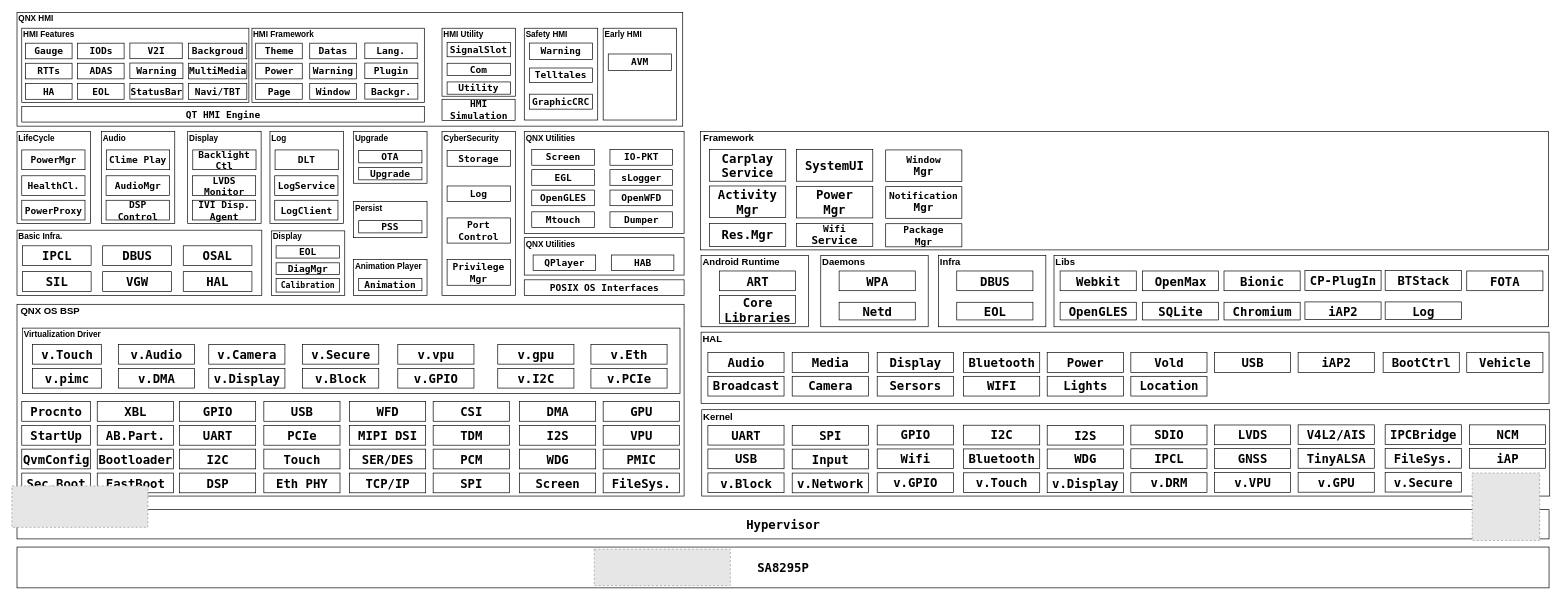
Above: AndroidAndQNX_8295.drawio in qxcjust/allkindsofArchitecture (draw.io), before the change. Source tidied: cells renumbered, new cells numbered last; positions are measured from the earlier drawing's top-left corner, leaving out a move shared by most shapes. Both pictures are drawn from the tidied source at 68%, with x=0, y=0 at pixel (12, 12). Pictures stored in the file or linked from it are replaced by grey dashed boxes.
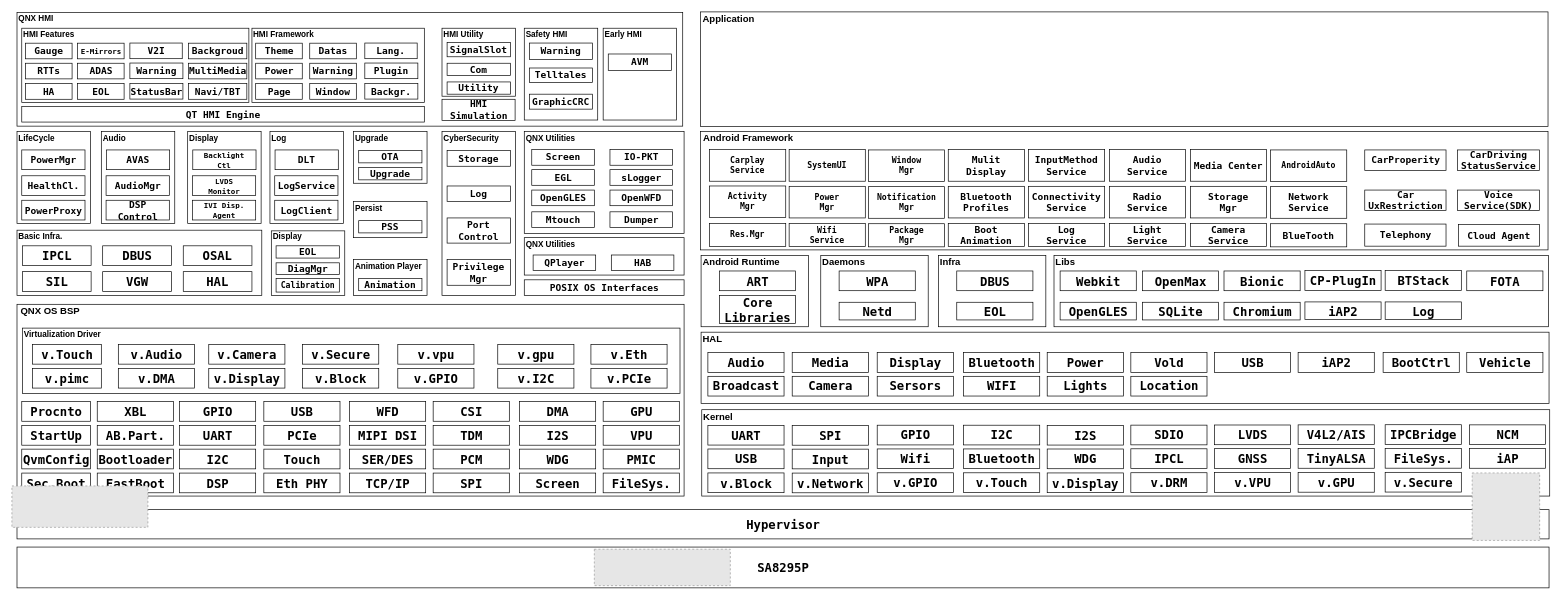
After the change.

What changed in the source:
```diff
@@
-    <mxCell id="73" value="&lt;font face=&quot;Lucida Console&quot; style=&quot;font-size: 14px;&quot;&gt;Clime Play&lt;/font&gt;" style="rounded=0;whiteSpace=wrap;html=1;fontStyle=1;align=center;" parent="1" vertex="1">
+    <mxCell id="73" value="&lt;font face=&quot;Lucida Console&quot; style=&quot;font-size: 14px;&quot;&gt;AVAS&lt;/font&gt;" style="rounded=0;whiteSpace=wrap;html=1;fontStyle=1;align=center;" parent="1" vertex="1">
       <mxGeometry x="139" y="203" width="93" height="29" as="geometry" />
     </mxCell>
@@
-    <mxCell id="76" value="&lt;font face=&quot;Lucida Console&quot; style=&quot;font-size: 14px;&quot;&gt;LVDS&lt;/font&gt;&lt;div&gt;&lt;font face=&quot;Lucida Console&quot; style=&quot;font-size: 14px;&quot;&gt;Monitor&lt;/font&gt;&lt;/div&gt;" style="rounded=0;whiteSpace=wrap;html=1;fontStyle=1;align=center;" parent="1" vertex="1">
+    <mxCell id="76" value="&lt;font face=&quot;Lucida Console&quot; style=&quot;font-size: 11px;&quot;&gt;LVDS&lt;/font&gt;&lt;div&gt;&lt;font face=&quot;Lucida Console&quot; style=&quot;font-size: 11px;&quot;&gt;Monitor&lt;/font&gt;&lt;/div&gt;" style="rounded=0;whiteSpace=wrap;html=1;fontStyle=1;align=center;" parent="1" vertex="1">
       <mxGeometry x="265.5" y="241" width="93" height="29" as="geometry" />
     </mxCell>
-    <mxCell id="77" value="&lt;font face=&quot;Lucida Console&quot;&gt;&lt;span style=&quot;font-size: 14px;&quot;&gt;IVI Disp.&lt;/span&gt;&lt;/font&gt;&lt;div&gt;&lt;font face=&quot;Lucida Console&quot;&gt;&lt;span style=&quot;font-size: 14px;&quot;&gt;Agent&lt;/span&gt;&lt;/font&gt;&lt;/div&gt;" style="rounded=0;whiteSpace=wrap;html=1;fontStyle=1;align=center;" parent="1" vertex="1">
+    <mxCell id="77" value="&lt;font face=&quot;Lucida Console&quot; style=&quot;font-size: 11px;&quot;&gt;IVI Disp.&lt;/font&gt;&lt;div&gt;&lt;font face=&quot;Lucida Console&quot; style=&quot;font-size: 11px;&quot;&gt;Agent&lt;/font&gt;&lt;/div&gt;" style="rounded=0;whiteSpace=wrap;html=1;fontStyle=1;align=center;" parent="1" vertex="1">
       <mxGeometry x="265.5" y="277" width="93" height="29" as="geometry" />
     </mxCell>
-    <mxCell id="78" value="&lt;font face=&quot;Lucida Console&quot; style=&quot;font-size: 14px;&quot;&gt;Backlight&lt;/font&gt;&lt;div&gt;&lt;font face=&quot;Lucida Console&quot; style=&quot;font-size: 14px;&quot;&gt;Ctl&lt;/font&gt;&lt;/div&gt;" style="rounded=0;whiteSpace=wrap;html=1;fontStyle=1;align=center;" parent="1" vertex="1">
+    <mxCell id="78" value="&lt;font face=&quot;Lucida Console&quot; style=&quot;font-size: 11px;&quot;&gt;Backlight&lt;/font&gt;&lt;div&gt;&lt;font face=&quot;Lucida Console&quot; style=&quot;font-size: 11px;&quot;&gt;Ctl&lt;/font&gt;&lt;/div&gt;" style="rounded=0;whiteSpace=wrap;html=1;fontStyle=1;align=center;" parent="1" vertex="1">
       <mxGeometry x="266" y="203" width="93" height="29" as="geometry" />
     </mxCell>
@@
-    <mxCell id="127" value="&lt;font face=&quot;Lucida Console&quot;&gt;&lt;span style=&quot;font-size: 14px;&quot;&gt;IODs&lt;/span&gt;&lt;/font&gt;" style="rounded=0;whiteSpace=wrap;html=1;fontStyle=1;align=center;" parent="1" vertex="1">
+    <mxCell id="127" value="&lt;font face=&quot;Lucida Console&quot; style=&quot;font-size: 11px;&quot;&gt;E-Mirrors&lt;/font&gt;" style="rounded=0;whiteSpace=wrap;html=1;fontStyle=1;align=center;" parent="1" vertex="1">
       <mxGeometry x="96.5" y="46" width="68.5" height="23" as="geometry" />
     </mxCell>
@@
     <mxCell id="237" style="rounded=0;whiteSpace=wrap;html=1;fontStyle=1;align=center;" parent="1" vertex="1">
-      <mxGeometry x="1012.5" y="176" width="1247" height="174" as="geometry" />
+      <mxGeometry x="1012.5" y="176" width="1246.5" height="174" as="geometry" />
     </mxCell>
-    <mxCell id="238" value="&lt;font style=&quot;font-size: 14px;&quot;&gt;Framework&lt;/font&gt;" style="text;html=1;whiteSpace=wrap;strokeColor=none;fillColor=none;align=left;verticalAlign=middle;rounded=0;fontStyle=1;" parent="1" vertex="1">
-      <mxGeometry x="1014.5" y="176" width="121" height="19" as="geometry" />
+    <mxCell id="238" value="&lt;font style=&quot;font-size: 14px;&quot;&gt;Android Framework&lt;/font&gt;" style="text;html=1;whiteSpace=wrap;strokeColor=none;fillColor=none;align=left;verticalAlign=middle;rounded=0;fontStyle=1;" parent="1" vertex="1">
+      <mxGeometry x="1014.5" y="176" width="238.5" height="19" as="geometry" />
     </mxCell>
-    <mxCell id="239" value="&lt;font face=&quot;Lucida Console&quot;&gt;&lt;span style=&quot;font-size: 18px;&quot;&gt;Carplay&lt;/span&gt;&lt;/font&gt;&lt;div&gt;&lt;font face=&quot;Lucida Console&quot;&gt;&lt;span style=&quot;font-size: 18px;&quot;&gt;Service&lt;/span&gt;&lt;/font&gt;&lt;/div&gt;" style="rounded=0;whiteSpace=wrap;html=1;fontStyle=1;align=center;" parent="1" vertex="1">
+    <mxCell id="239" value="&lt;font face=&quot;Lucida Console&quot; style=&quot;font-size: 12px;&quot;&gt;Carplay&lt;/font&gt;&lt;div&gt;&lt;font face=&quot;Lucida Console&quot; style=&quot;font-size: 12px;&quot;&gt;Service&lt;/font&gt;&lt;/div&gt;" style="rounded=0;whiteSpace=wrap;html=1;fontStyle=1;align=center;" parent="1" vertex="1">
       <mxGeometry x="1026" y="202.5" width="112" height="46.5" as="geometry" />
     </mxCell>
-    <mxCell id="240" value="&lt;font face=&quot;Lucida Console&quot;&gt;&lt;span style=&quot;font-size: 18px;&quot;&gt;SystemUI&lt;/span&gt;&lt;/font&gt;" style="rounded=0;whiteSpace=wrap;html=1;fontStyle=1;align=center;" parent="1" vertex="1">
-      <mxGeometry x="1154" y="202.5" width="112" height="46.5" as="geometry" />
+    <mxCell id="240" value="&lt;font face=&quot;Lucida Console&quot; style=&quot;font-size: 12px;&quot;&gt;SystemUI&lt;/font&gt;" style="rounded=0;whiteSpace=wrap;html=1;fontStyle=1;align=center;" parent="1" vertex="1">
+      <mxGeometry x="1143" y="202.5" width="112" height="46.5" as="geometry" />
     </mxCell>
-    <mxCell id="241" value="&lt;font face=&quot;Lucida Console&quot;&gt;&lt;span style=&quot;font-size: 18px;&quot;&gt;Activity&lt;/span&gt;&lt;/font&gt;&lt;div&gt;&lt;font face=&quot;Lucida Console&quot;&gt;&lt;span style=&quot;font-size: 18px;&quot;&gt;Mgr&lt;/span&gt;&lt;/font&gt;&lt;/div&gt;" style="rounded=0;whiteSpace=wrap;html=1;fontStyle=1;align=center;" parent="1" vertex="1">
+    <mxCell id="241" value="&lt;font face=&quot;Lucida Console&quot; style=&quot;font-size: 12px;&quot;&gt;Activity&lt;/font&gt;&lt;div&gt;&lt;font face=&quot;Lucida Console&quot; style=&quot;font-size: 12px;&quot;&gt;Mgr&lt;/font&gt;&lt;/div&gt;" style="rounded=0;whiteSpace=wrap;html=1;fontStyle=1;align=center;" parent="1" vertex="1">
       <mxGeometry x="1026" y="256" width="112" height="46.5" as="geometry" />
     </mxCell>
-    <mxCell id="242" value="&lt;font face=&quot;Lucida Console&quot;&gt;&lt;span style=&quot;font-size: 18px;&quot;&gt;Res.Mgr&lt;/span&gt;&lt;/font&gt;" style="rounded=0;whiteSpace=wrap;html=1;fontStyle=1;align=center;" parent="1" vertex="1">
+    <mxCell id="242" value="&lt;font face=&quot;Lucida Console&quot; style=&quot;font-size: 12px;&quot;&gt;Res.Mgr&lt;/font&gt;" style="rounded=0;whiteSpace=wrap;html=1;fontStyle=1;align=center;" parent="1" vertex="1">
       <mxGeometry x="1026" y="311" width="112" height="34" as="geometry" />
     </mxCell>
-    <mxCell id="243" value="&lt;font face=&quot;Lucida Console&quot;&gt;&lt;span style=&quot;font-size: 18px;&quot;&gt;Power&lt;/span&gt;&lt;/font&gt;&lt;div&gt;&lt;font face=&quot;Lucida Console&quot;&gt;&lt;span style=&quot;font-size: 18px;&quot;&gt;Mgr&lt;/span&gt;&lt;/font&gt;&lt;/div&gt;" style="rounded=0;whiteSpace=wrap;html=1;fontStyle=1;align=center;" parent="1" vertex="1">
-      <mxGeometry x="1154" y="256.5" width="112" height="46.5" as="geometry" />
+    <mxCell id="243" value="&lt;font face=&quot;Lucida Console&quot; style=&quot;font-size: 12px;&quot;&gt;Power&lt;/font&gt;&lt;div&gt;&lt;font face=&quot;Lucida Console&quot; style=&quot;font-size: 12px;&quot;&gt;Mgr&lt;/font&gt;&lt;/div&gt;" style="rounded=0;whiteSpace=wrap;html=1;fontStyle=1;align=center;" parent="1" vertex="1">
+      <mxGeometry x="1143" y="256.5" width="112" height="46.5" as="geometry" />
     </mxCell>
-    <mxCell id="244" value="&lt;font face=&quot;Lucida Console&quot; style=&quot;font-size: 14px;&quot;&gt;Wifi&lt;/font&gt;&lt;div&gt;&lt;font face=&quot;Lucida Console&quot; style=&quot;&quot; size=&quot;3&quot;&gt;Service&lt;/font&gt;&lt;/div&gt;" style="rounded=0;whiteSpace=wrap;html=1;fontStyle=1;align=center;" parent="1" vertex="1">
-      <mxGeometry x="1154" y="311" width="112" height="34" as="geometry" />
+    <mxCell id="244" value="&lt;font face=&quot;Lucida Console&quot; style=&quot;font-size: 12px;&quot;&gt;Wifi&lt;/font&gt;&lt;div&gt;&lt;font face=&quot;Lucida Console&quot; style=&quot;font-size: 12px;&quot;&gt;Service&lt;/font&gt;&lt;/div&gt;" style="rounded=0;whiteSpace=wrap;html=1;fontStyle=1;align=center;" parent="1" vertex="1">
+      <mxGeometry x="1143" y="311" width="112" height="34" as="geometry" />
     </mxCell>
-    <mxCell id="245" value="&lt;font face=&quot;Lucida Console&quot; style=&quot;font-size: 14px;&quot;&gt;Window&lt;/font&gt;&lt;div&gt;&lt;font face=&quot;Lucida Console&quot; size=&quot;3&quot;&gt;Mgr&lt;/font&gt;&lt;/div&gt;" style="rounded=0;whiteSpace=wrap;html=1;fontStyle=1;align=center;" parent="1" vertex="1">
-      <mxGeometry x="1285" y="203" width="112" height="46.5" as="geometry" />
+    <mxCell id="245" value="&lt;font face=&quot;Lucida Console&quot; style=&quot;font-size: 12px;&quot;&gt;Window&lt;/font&gt;&lt;div&gt;&lt;font face=&quot;Lucida Console&quot; style=&quot;font-size: 12px;&quot;&gt;Mgr&lt;/font&gt;&lt;/div&gt;" style="rounded=0;whiteSpace=wrap;html=1;fontStyle=1;align=center;" parent="1" vertex="1">
+      <mxGeometry x="1259.5" y="203" width="112" height="46.5" as="geometry" />
     </mxCell>
-    <mxCell id="246" value="&lt;font face=&quot;Lucida Console&quot; style=&quot;font-size: 14px;&quot;&gt;Notification&lt;/font&gt;&lt;div&gt;&lt;font face=&quot;Lucida Console&quot; style=&quot;&quot; size=&quot;3&quot;&gt;Mgr&lt;/font&gt;&lt;/div&gt;" style="rounded=0;whiteSpace=wrap;html=1;fontStyle=1;align=center;" parent="1" vertex="1">
-      <mxGeometry x="1285" y="257" width="112" height="46.5" as="geometry" />
+    <mxCell id="246" value="&lt;font face=&quot;Lucida Console&quot; style=&quot;font-size: 12px;&quot;&gt;Notification&lt;/font&gt;&lt;div&gt;&lt;font face=&quot;Lucida Console&quot; style=&quot;font-size: 12px;&quot;&gt;Mgr&lt;/font&gt;&lt;/div&gt;" style="rounded=0;whiteSpace=wrap;html=1;fontStyle=1;align=center;" parent="1" vertex="1">
+      <mxGeometry x="1259.5" y="257" width="112" height="46.5" as="geometry" />
     </mxCell>
-    <mxCell id="247" value="&lt;font face=&quot;Lucida Console&quot;&gt;&lt;span style=&quot;font-size: 14px;&quot;&gt;Package&lt;/span&gt;&lt;/font&gt;&lt;div&gt;&lt;font face=&quot;Lucida Console&quot;&gt;&lt;span style=&quot;font-size: 14px;&quot;&gt;Mgr&lt;/span&gt;&lt;/font&gt;&lt;/div&gt;" style="rounded=0;whiteSpace=wrap;html=1;fontStyle=1;align=center;" parent="1" vertex="1">
-      <mxGeometry x="1285" y="311.5" width="112" height="34" as="geometry" />
+    <mxCell id="247" value="&lt;font face=&quot;Lucida Console&quot; style=&quot;font-size: 12px;&quot;&gt;Package&lt;/font&gt;&lt;div&gt;&lt;font face=&quot;Lucida Console&quot; style=&quot;font-size: 12px;&quot;&gt;Mgr&lt;/font&gt;&lt;/div&gt;" style="rounded=0;whiteSpace=wrap;html=1;fontStyle=1;align=center;" parent="1" vertex="1">
+      <mxGeometry x="1259.5" y="311.5" width="112" height="34" as="geometry" />
     </mxCell>
+    <mxCell id="248" value="&lt;font face=&quot;Lucida Console&quot;&gt;&lt;span style=&quot;font-size: 14px;&quot;&gt;Mulit&lt;/span&gt;&lt;/font&gt;&lt;div&gt;&lt;font face=&quot;Lucida Console&quot;&gt;&lt;span style=&quot;font-size: 14px;&quot;&gt;Display&lt;/span&gt;&lt;/font&gt;&lt;/div&gt;" style="rounded=0;whiteSpace=wrap;html=1;fontStyle=1;align=center;" parent="1" vertex="1">
+      <mxGeometry x="1377" y="202.5" width="112" height="46.5" as="geometry" />
+    </mxCell>
+    <mxCell id="249" value="&lt;font face=&quot;Lucida Console&quot;&gt;&lt;span style=&quot;font-size: 14px;&quot;&gt;Bluetooth&lt;/span&gt;&lt;/font&gt;&lt;div&gt;&lt;font face=&quot;Lucida Console&quot;&gt;&lt;span style=&quot;font-size: 14px;&quot;&gt;Profiles&lt;/span&gt;&lt;/font&gt;&lt;/div&gt;" style="rounded=0;whiteSpace=wrap;html=1;fontStyle=1;align=center;" parent="1" vertex="1">
+      <mxGeometry x="1377" y="256.5" width="112" height="46.5" as="geometry" />
+    </mxCell>
+    <mxCell id="250" value="&lt;font face=&quot;Lucida Console&quot;&gt;&lt;span style=&quot;font-size: 14px;&quot;&gt;Boot&lt;/span&gt;&lt;/font&gt;&lt;div&gt;&lt;font face=&quot;Lucida Console&quot;&gt;&lt;span style=&quot;font-size: 14px;&quot;&gt;Animation&lt;/span&gt;&lt;/font&gt;&lt;/div&gt;" style="rounded=0;whiteSpace=wrap;html=1;fontStyle=1;align=center;" parent="1" vertex="1">
+      <mxGeometry x="1377" y="311" width="112" height="34" as="geometry" />
+    </mxCell>
+    <mxCell id="251" value="&lt;font face=&quot;Lucida Console&quot;&gt;&lt;span style=&quot;font-size: 14px;&quot;&gt;InputMethod&lt;/span&gt;&lt;/font&gt;&lt;div&gt;&lt;font face=&quot;Lucida Console&quot;&gt;&lt;span style=&quot;font-size: 14px;&quot;&gt;Service&lt;/span&gt;&lt;/font&gt;&lt;/div&gt;" style="rounded=0;whiteSpace=wrap;html=1;fontStyle=1;align=center;" parent="1" vertex="1">
+      <mxGeometry x="1495" y="202.5" width="112" height="46.5" as="geometry" />
+    </mxCell>
+    <mxCell id="252" value="&lt;font face=&quot;Lucida Console&quot;&gt;&lt;span style=&quot;font-size: 14px;&quot;&gt;Connectivity&lt;/span&gt;&lt;/font&gt;&lt;div&gt;&lt;font face=&quot;Lucida Console&quot;&gt;&lt;span style=&quot;font-size: 14px;&quot;&gt;Service&lt;/span&gt;&lt;/font&gt;&lt;/div&gt;" style="rounded=0;whiteSpace=wrap;html=1;fontStyle=1;align=center;" parent="1" vertex="1">
+      <mxGeometry x="1495" y="256.5" width="112" height="46.5" as="geometry" />
+    </mxCell>
+    <mxCell id="253" value="&lt;font face=&quot;Lucida Console&quot;&gt;&lt;span style=&quot;font-size: 14px;&quot;&gt;Log&lt;/span&gt;&lt;/font&gt;&lt;div&gt;&lt;font face=&quot;Lucida Console&quot;&gt;&lt;span style=&quot;font-size: 14px;&quot;&gt;Service&lt;/span&gt;&lt;/font&gt;&lt;/div&gt;" style="rounded=0;whiteSpace=wrap;html=1;fontStyle=1;align=center;" parent="1" vertex="1">
+      <mxGeometry x="1495" y="311" width="112" height="34" as="geometry" />
+    </mxCell>
+    <mxCell id="254" value="&lt;font face=&quot;Lucida Console&quot;&gt;&lt;span style=&quot;font-size: 14px;&quot;&gt;Audio&lt;/span&gt;&lt;/font&gt;&lt;div&gt;&lt;font face=&quot;Lucida Console&quot;&gt;&lt;span style=&quot;font-size: 14px;&quot;&gt;Service&lt;/span&gt;&lt;/font&gt;&lt;/div&gt;" style="rounded=0;whiteSpace=wrap;html=1;fontStyle=1;align=center;" parent="1" vertex="1">
+      <mxGeometry x="1614" y="202.5" width="112" height="46.5" as="geometry" />
+    </mxCell>
+    <mxCell id="255" value="&lt;font face=&quot;Lucida Console&quot;&gt;&lt;span style=&quot;font-size: 14px;&quot;&gt;Radio&lt;/span&gt;&lt;/font&gt;&lt;div&gt;&lt;font face=&quot;Lucida Console&quot;&gt;&lt;span style=&quot;font-size: 14px;&quot;&gt;Service&lt;/span&gt;&lt;/font&gt;&lt;/div&gt;" style="rounded=0;whiteSpace=wrap;html=1;fontStyle=1;align=center;" parent="1" vertex="1">
+      <mxGeometry x="1614" y="256.5" width="112" height="46.5" as="geometry" />
+    </mxCell>
+    <mxCell id="256" value="&lt;font face=&quot;Lucida Console&quot;&gt;&lt;span style=&quot;font-size: 14px;&quot;&gt;Light&lt;/span&gt;&lt;/font&gt;&lt;div&gt;&lt;font face=&quot;Lucida Console&quot;&gt;&lt;span style=&quot;font-size: 14px;&quot;&gt;Service&lt;/span&gt;&lt;/font&gt;&lt;/div&gt;" style="rounded=0;whiteSpace=wrap;html=1;fontStyle=1;align=center;" parent="1" vertex="1">
+      <mxGeometry x="1614" y="311" width="112" height="34" as="geometry" />
+    </mxCell>
+    <mxCell id="257" value="&lt;font face=&quot;Lucida Console&quot;&gt;&lt;span style=&quot;font-size: 14px;&quot;&gt;Media Center&lt;/span&gt;&lt;/font&gt;" style="rounded=0;whiteSpace=wrap;html=1;fontStyle=1;align=center;" parent="1" vertex="1">
+      <mxGeometry x="1733" y="202.5" width="112" height="46.5" as="geometry" />
+    </mxCell>
+    <mxCell id="258" value="&lt;font face=&quot;Lucida Console&quot;&gt;&lt;span style=&quot;font-size: 14px;&quot;&gt;Storage&lt;/span&gt;&lt;/font&gt;&lt;div&gt;&lt;font face=&quot;Lucida Console&quot;&gt;&lt;span style=&quot;font-size: 14px;&quot;&gt;Mgr&lt;/span&gt;&lt;/font&gt;&lt;/div&gt;" style="rounded=0;whiteSpace=wrap;html=1;fontStyle=1;align=center;" parent="1" vertex="1">
+      <mxGeometry x="1733" y="256.5" width="112" height="46.5" as="geometry" />
+    </mxCell>
+    <mxCell id="259" value="&lt;font face=&quot;Lucida Console&quot;&gt;&lt;span style=&quot;font-size: 14px;&quot;&gt;Camera&lt;/span&gt;&lt;/font&gt;&lt;div&gt;&lt;font face=&quot;Lucida Console&quot;&gt;&lt;span style=&quot;font-size: 14px;&quot;&gt;Service&lt;/span&gt;&lt;/font&gt;&lt;/div&gt;" style="rounded=0;whiteSpace=wrap;html=1;fontStyle=1;align=center;" parent="1" vertex="1">
+      <mxGeometry x="1733" y="311" width="112" height="34" as="geometry" />
+    </mxCell>
+    <mxCell id="260" value="&lt;font face=&quot;Lucida Console&quot; style=&quot;font-size: 12px;&quot;&gt;AndroidAuto&lt;/font&gt;" style="rounded=0;whiteSpace=wrap;html=1;fontStyle=1;align=center;" parent="1" vertex="1">
+      <mxGeometry x="1851" y="203" width="112" height="46.5" as="geometry" />
+    </mxCell>
+    <mxCell id="261" value="&lt;font face=&quot;Lucida Console&quot;&gt;&lt;span style=&quot;font-size: 14px;&quot;&gt;Network&lt;/span&gt;&lt;/font&gt;&lt;div&gt;&lt;font face=&quot;Lucida Console&quot;&gt;&lt;span style=&quot;font-size: 14px;&quot;&gt;Service&lt;/span&gt;&lt;/font&gt;&lt;/div&gt;" style="rounded=0;whiteSpace=wrap;html=1;fontStyle=1;align=center;" parent="1" vertex="1">
+      <mxGeometry x="1851" y="257" width="112" height="46.5" as="geometry" />
+    </mxCell>
+    <mxCell id="262" value="&lt;font face=&quot;Lucida Console&quot;&gt;&lt;span style=&quot;font-size: 14px;&quot;&gt;BlueTooth&lt;/span&gt;&lt;/font&gt;" style="rounded=0;whiteSpace=wrap;html=1;fontStyle=1;align=center;" parent="1" vertex="1">
+      <mxGeometry x="1851" y="311.5" width="112" height="34" as="geometry" />
+    </mxCell>
+    <mxCell id="263" value="&lt;font face=&quot;Lucida Console&quot;&gt;&lt;span style=&quot;font-size: 14px;&quot;&gt;CarProperity&lt;/span&gt;&lt;/font&gt;" style="rounded=0;whiteSpace=wrap;html=1;fontStyle=1;align=center;" parent="1" vertex="1">
+      <mxGeometry x="1989.5" y="203" width="119.5" height="30" as="geometry" />
+    </mxCell>
+    <mxCell id="264" value="&lt;font face=&quot;Lucida Console&quot;&gt;&lt;span style=&quot;font-size: 14px;&quot;&gt;CarDriving&lt;/span&gt;&lt;/font&gt;&lt;div&gt;&lt;font face=&quot;Lucida Console&quot;&gt;&lt;span style=&quot;font-size: 14px;&quot;&gt;StatusService&lt;/span&gt;&lt;/font&gt;&lt;/div&gt;" style="rounded=0;whiteSpace=wrap;html=1;fontStyle=1;align=center;" parent="1" vertex="1">
+      <mxGeometry x="2126" y="203" width="120.7" height="30" as="geometry" />
+    </mxCell>
+    <mxCell id="265" value="&lt;font face=&quot;Lucida Console&quot;&gt;&lt;span style=&quot;font-size: 14px;&quot;&gt;Car&lt;/span&gt;&lt;/font&gt;&lt;div&gt;&lt;font face=&quot;Lucida Console&quot;&gt;&lt;span style=&quot;font-size: 14px;&quot;&gt;UxRestriction&lt;/span&gt;&lt;/font&gt;&lt;/div&gt;" style="rounded=0;whiteSpace=wrap;html=1;fontStyle=1;align=center;" parent="1" vertex="1">
+      <mxGeometry x="1989.5" y="262" width="119.5" height="30" as="geometry" />
+    </mxCell>
+    <mxCell id="266" value="&lt;font face=&quot;Lucida Console&quot;&gt;&lt;span style=&quot;font-size: 14px;&quot;&gt;Voice&lt;/span&gt;&lt;/font&gt;&lt;div&gt;&lt;font face=&quot;Lucida Console&quot;&gt;&lt;span style=&quot;font-size: 14px;&quot;&gt;Service(SDK)&lt;/span&gt;&lt;/font&gt;&lt;/div&gt;" style="rounded=0;whiteSpace=wrap;html=1;fontStyle=1;align=center;" parent="1" vertex="1">
+      <mxGeometry x="2126" y="262" width="120.7" height="30" as="geometry" />
+    </mxCell>
+    <mxCell id="267" value="&lt;font face=&quot;Lucida Console&quot;&gt;&lt;span style=&quot;font-size: 14px;&quot;&gt;Cloud Agent&lt;/span&gt;&lt;/font&gt;" style="rounded=0;whiteSpace=wrap;html=1;fontStyle=1;align=center;" parent="1" vertex="1">
+      <mxGeometry x="2127.2" y="312.5" width="119.5" height="32" as="geometry" />
+    </mxCell>
+    <mxCell id="268" value="&lt;font face=&quot;Lucida Console&quot;&gt;&lt;span style=&quot;font-size: 14px;&quot;&gt;Telephony&lt;/span&gt;&lt;/font&gt;" style="rounded=0;whiteSpace=wrap;html=1;fontStyle=1;align=center;" parent="1" vertex="1">
+      <mxGeometry x="1989.5" y="312" width="119.5" height="32.5" as="geometry" />
+    </mxCell>
+    <mxCell id="269" style="rounded=0;whiteSpace=wrap;html=1;fontStyle=1;align=center;" parent="1" vertex="1">
+      <mxGeometry x="1012.5" width="1246.5" height="168.5" as="geometry" />
+    </mxCell>
+    <mxCell id="270" value="&lt;font style=&quot;font-size: 14px;&quot;&gt;Application&lt;/font&gt;" style="text;html=1;whiteSpace=wrap;strokeColor=none;fillColor=none;align=left;verticalAlign=middle;rounded=0;fontStyle=1;" parent="1" vertex="1">
+      <mxGeometry x="1013.5" y="1" width="238.5" height="19" as="geometry" />
+    </mxCell>
```
